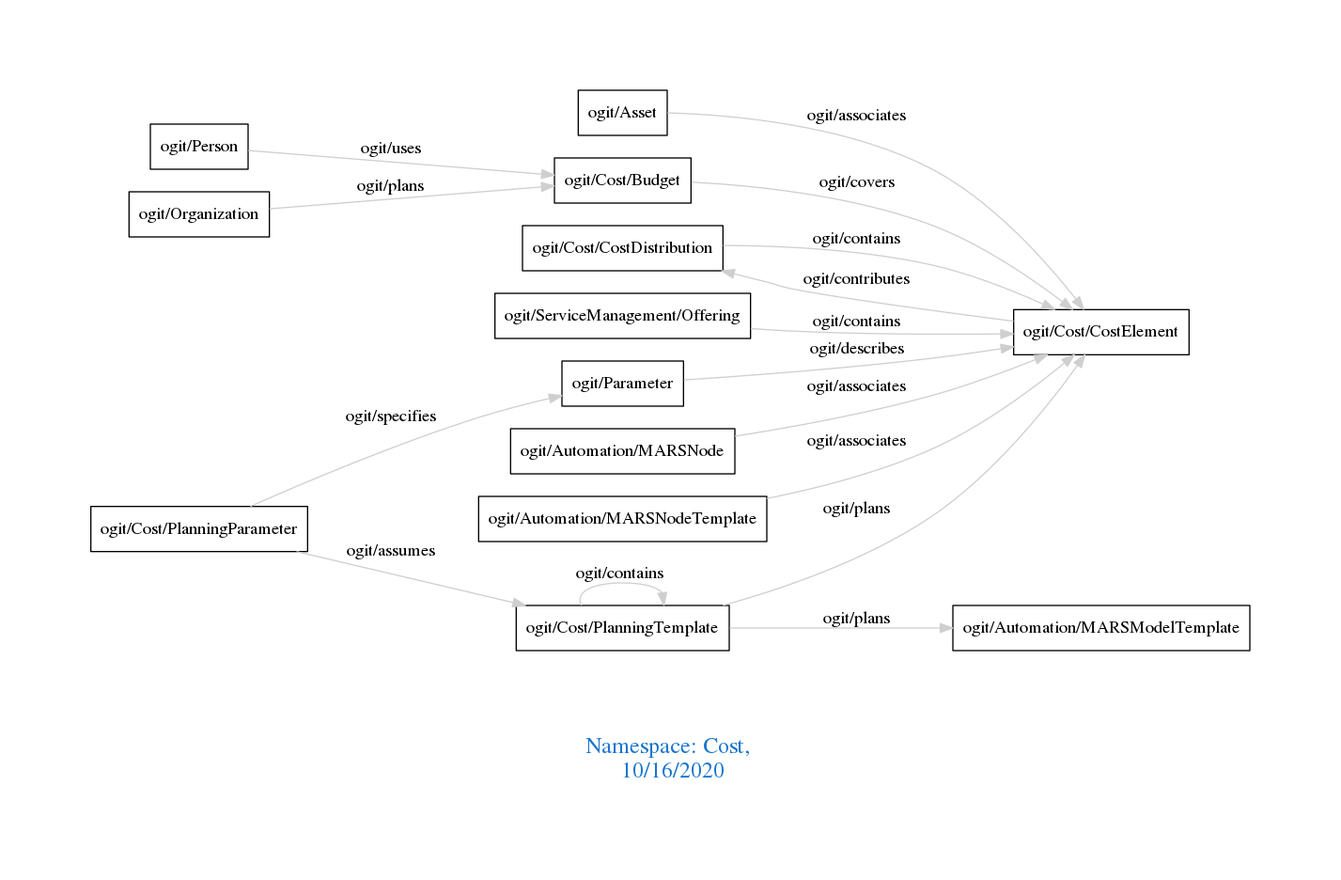
This is downloads/Cost.png from arago/OGIT, a Graphviz export, as it was before one commit. Its source is kept beside it as downloads/Cost.dot.
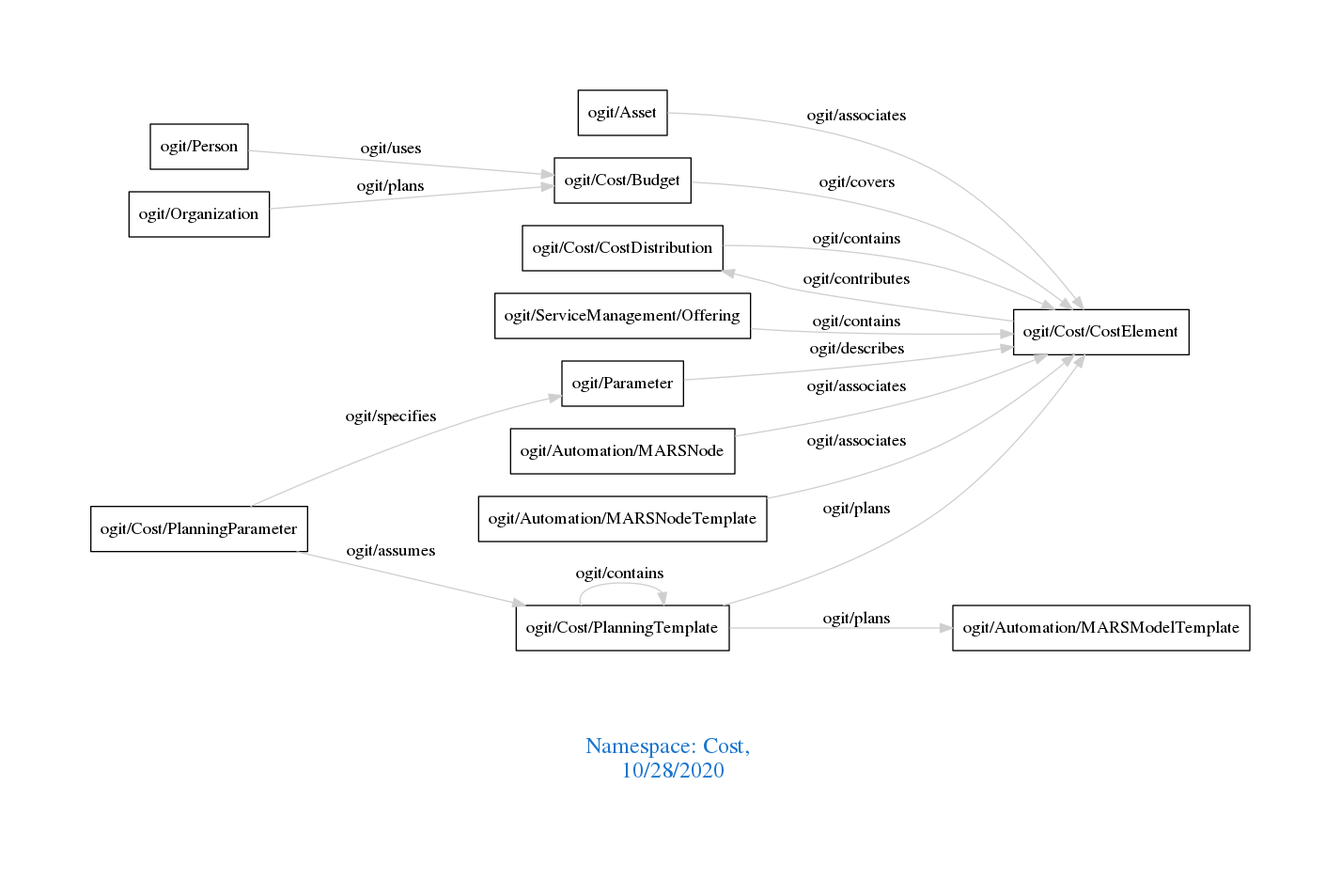
Above is the later version.

The edit, as a diff of the source:
```diff
@@ -1,7 +1,7 @@
 digraph OGIT_ontology {
  graph [ rankdir= LR,pad=1
 fontsize = 18,
-fontcolor= dodgerblue3,label = "\n\n\nNamespace: Cost, \n 10/16/2020"];
+fontcolor= dodgerblue3,label = "\n\n\nNamespace: Cost, \n 10/28/2020"];
 node[shape=polygon];
 edge [  color="gray81"];
 
```
